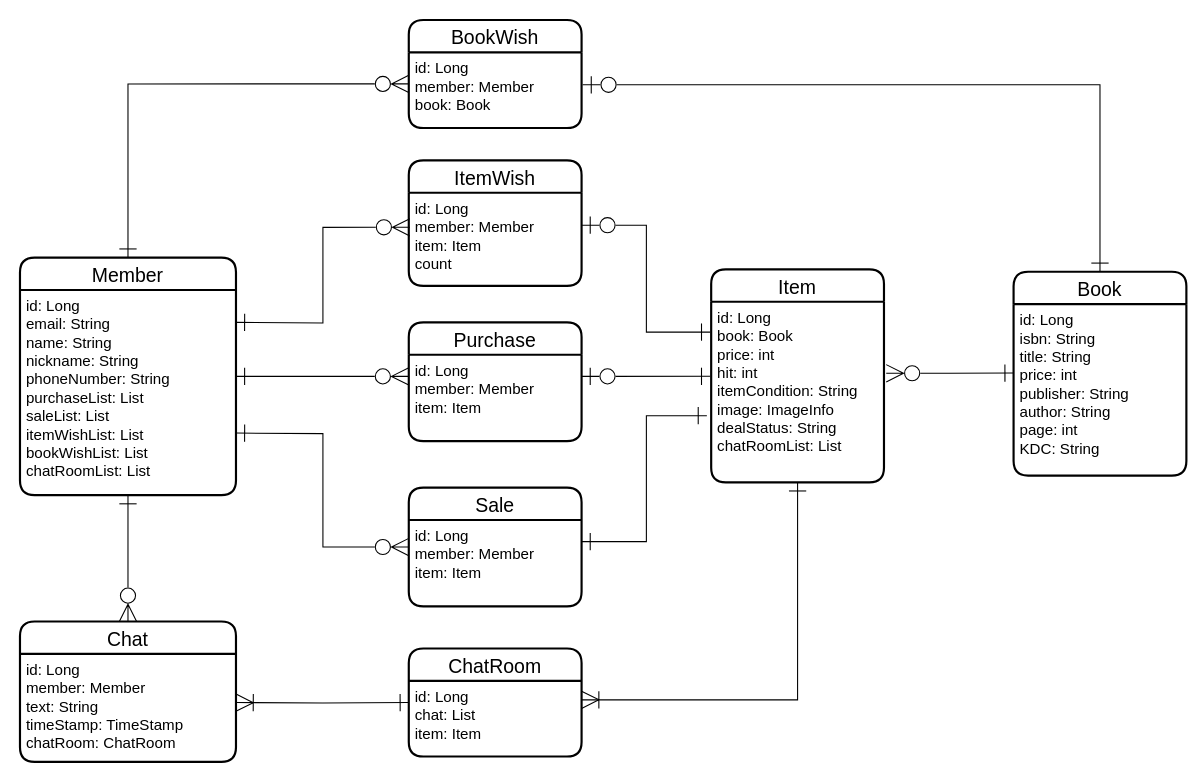
Above: documents/Entity_Relationship_Diagram.drawio in babybeb/users-used-book-store (draw.io), before the change. Source tidied: cells renumbered, new cells numbered last; positions are measured from the earlier drawing's top-left corner, leaving out a move shared by most shapes. Both pictures are drawn from the tidied source at 108%, with x=0, y=0 at pixel (19, 19).
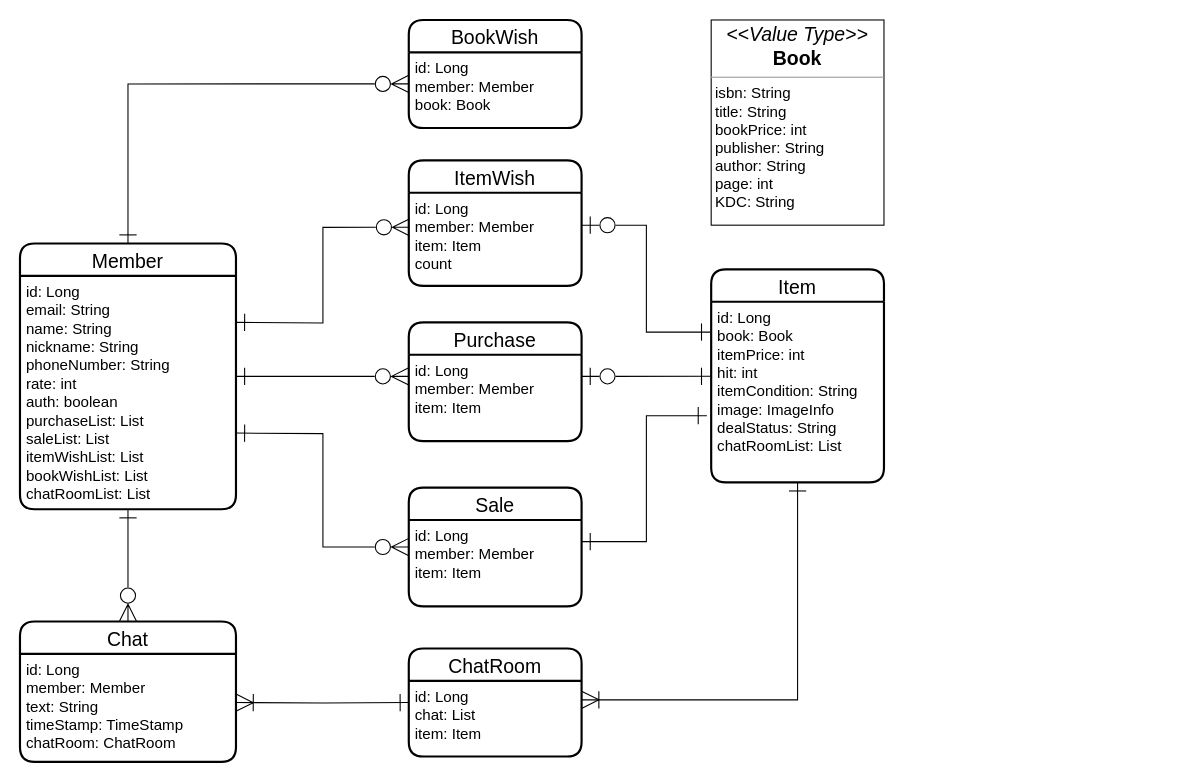
The same page after the edit.

Commit message (it also covers changes not shown here):
Update Entity Relationship Diagram

The change refers to these unchanged cells:
```xml
<mxCell id="10" value="Item" style="swimlane;horizontal=1;startSize=30;rounded=1;fontSize=18;fontStyle=0;strokeWidth=2;shadow=0;dashed=0;align=center;" parent="1" vertex="1">
  <mxGeometry x="640" y="230.9" width="160" height="197.2" as="geometry" />
</mxCell>
<mxCell id="24" value="id: Long&#10;member: Member&#10;book: Book" style="align=left;strokeColor=none;fillColor=none;spacingLeft=4;fontSize=14;verticalAlign=top;" parent="23" vertex="1">
  <mxGeometry y="30" width="160" height="70" as="geometry" />
</mxCell>
```

Change to the diagram source:
```diff
@@
-    <mxCell id="5" style="edgeStyle=orthogonalEdgeStyle;rounded=0;jettySize=auto;html=1;fontSize=30;startArrow=ERzeroToMany;startFill=0;endArrow=ERone;endFill=0;startSize=14;endSize=14;exitX=1.013;exitY=0.396;exitDx=0;exitDy=0;exitPerimeter=0;entryX=0;entryY=0.402;entryDx=0;entryDy=0;entryPerimeter=0;" parent="1" edge="1" source="11" target="13">
-      <mxGeometry relative="1" as="geometry" />
-    </mxCell>
     <mxCell id="6" value="Member" style="swimlane;horizontal=1;startSize=30;rounded=1;fontSize=18;fontStyle=0;strokeWidth=2;shadow=0;dashed=0;align=center;" parent="1" vertex="1">
-      <mxGeometry y="220" width="200" height="220" as="geometry" />
+      <mxGeometry y="207" width="200" height="246" as="geometry" />
     </mxCell>
-    <mxCell id="7" value="id: Long&#10;email: String&#10;name: String&#10;nickname: String&#10;phoneNumber: String &#10;purchaseList: List&#10;saleList: List&#10;itemWishList: List&#10;bookWishList: List&#10;chatRoomList: List&#10;&#10;" style="align=left;strokeColor=none;fillColor=none;spacingLeft=4;fontSize=14;verticalAlign=top;" parent="6" vertex="1">
-      <mxGeometry y="30" width="200" height="190" as="geometry" />
+    <mxCell id="7" value="id: Long&#10;email: String&#10;name: String&#10;nickname: String&#10;phoneNumber: String&#10;rate: int&#10;auth: boolean&#10;purchaseList: List&#10;saleList: List&#10;itemWishList: List&#10;bookWishList: List&#10;chatRoomList: List&#10;" style="align=left;strokeColor=none;fillColor=none;spacingLeft=4;fontSize=14;verticalAlign=top;" parent="6" vertex="1">
+      <mxGeometry y="30" width="200" height="216" as="geometry" />
     </mxCell>
@@
-    <mxCell id="11" value="id: Long&#10;book: Book&#10;price: int&#10;hit: int&#10;itemCondition: String&#10;image: ImageInfo&#10;dealStatus: String&#10;chatRoomList: List&#10;" style="align=left;strokeColor=none;fillColor=none;spacingLeft=4;fontSize=14;verticalAlign=top;" parent="10" vertex="1">
+    <mxCell id="11" value="id: Long&#10;book: Book&#10;itemPrice: int&#10;hit: int&#10;itemCondition: String&#10;image: ImageInfo&#10;dealStatus: String&#10;chatRoomList: List&#10;" style="align=left;strokeColor=none;fillColor=none;spacingLeft=4;fontSize=14;verticalAlign=top;" parent="10" vertex="1">
       <mxGeometry y="30" width="160" height="167.2" as="geometry" />
     </mxCell>
-    <mxCell id="12" value="Book" style="swimlane;horizontal=1;startSize=30;rounded=1;fontSize=18;fontStyle=0;strokeWidth=2;shadow=0;dashed=0;align=center;" parent="1" vertex="1">
-      <mxGeometry x="920" y="233.1" width="160" height="188.8" as="geometry" />
-    </mxCell>
-    <mxCell id="13" value="id: Long&#10;isbn: String&#10;title: String&#10;price: int&#10;publisher: String&#10;author: String&#10;page: int&#10;KDC: String&#10;&#10;" style="align=left;strokeColor=none;fillColor=none;spacingLeft=4;fontSize=14;verticalAlign=top;" parent="12" vertex="1">
-      <mxGeometry y="30" width="160" height="158.8" as="geometry" />
-    </mxCell>
@@
-    <mxCell id="26" style="edgeStyle=orthogonalEdgeStyle;rounded=0;jettySize=auto;html=1;fontSize=30;startArrow=ERone;startFill=0;endArrow=ERzeroToOne;endFill=0;startSize=14;endSize=14;entryX=1.006;entryY=0.429;entryDx=0;entryDy=0;exitX=0.5;exitY=0;exitDx=0;exitDy=0;entryPerimeter=0;" parent="1" edge="1" source="12" target="24">
-      <mxGeometry relative="1" as="geometry" />
-    </mxCell>
@@
+    <mxCell id="32" value="&lt;p style=&quot;margin: 4px 0px 0px ; text-align: center ; font-size: 18px&quot;&gt;&lt;i&gt;&amp;lt;&amp;lt;Value Type&amp;gt;&amp;gt;&lt;/i&gt;&lt;br&gt;&lt;b&gt;Book&lt;/b&gt;&lt;/p&gt;&lt;hr size=&quot;1&quot;&gt;&lt;p style=&quot;margin: 0px 0px 0px 4px ; font-size: 14px&quot;&gt;&lt;font style=&quot;font-size: 14px&quot;&gt;isbn: String&lt;br style=&quot;padding: 0px ; margin: 0px&quot;&gt;title: String&lt;br style=&quot;padding: 0px ; margin: 0px&quot;&gt;bookPrice: int&lt;br style=&quot;padding: 0px ; margin: 0px&quot;&gt;publisher: String&lt;br style=&quot;padding: 0px ; margin: 0px&quot;&gt;author: String&lt;br style=&quot;padding: 0px ; margin: 0px&quot;&gt;page: int&lt;br style=&quot;padding: 0px ; margin: 0px&quot;&gt;KDC: String&lt;/font&gt;&lt;/p&gt;&lt;div style=&quot;padding: 0px ; margin: 0px ; font-size: 14px&quot;&gt;&lt;br style=&quot;padding: 0px ; margin: 0px&quot;&gt;&lt;/div&gt;&lt;div style=&quot;padding: 0px ; margin: 0px&quot;&gt;&lt;br style=&quot;padding: 0px ; margin: 0px ; font-size: 14px&quot;&gt;&lt;/div&gt;" style="verticalAlign=top;align=left;overflow=fill;fontSize=12;fontFamily=Helvetica;html=1;" parent="1" vertex="1">
+      <mxGeometry x="640" width="160" height="190" as="geometry" />
+    </mxCell>
```
